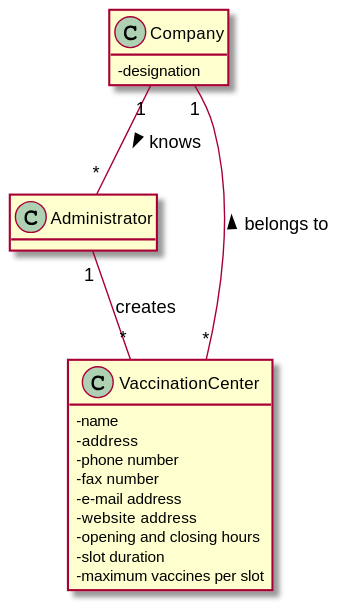
Before: docs/SprintB/US09/DM/US09_DM.svg, a diagram exported from PlantUML (miseEnPlace-i/lapr2).
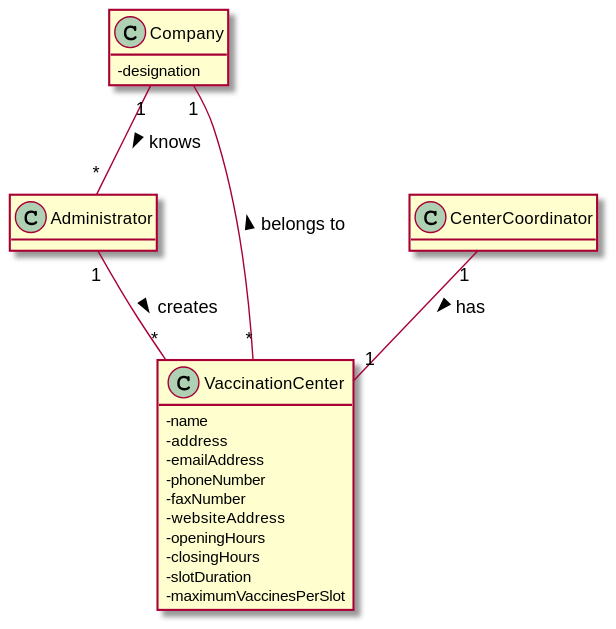
The same file after the commit.

What changed in the source:
```diff
@@ -9,19 +9,24 @@
 class VaccinationCenter {
   -name
   -address
-  -phone number
-  -fax number
-  -e-mail address
-  -website address
-  -opening and closing hours
-  -slot duration
-  -maximum vaccines per slot
+  -emailAddress
+  -phoneNumber
+  -faxNumber
+  -websiteAddress
+  -openingHours
+  -closingHours
+  -slotDuration
+  -maximumVaccinesPerSlot
 }
 
 class Administrator {
+}
 
+class CenterCoordinator {
 }
+
 Company "1" -- "*" Administrator : knows >
-Administrator "1" -- "*" VaccinationCenter : creates
+Administrator "1" -- "*" VaccinationCenter : creates >
 VaccinationCenter "*" -- "1" Company : belongs to >
+CenterCoordinator "1" -- "1" VaccinationCenter : has >
 @enduml
```
